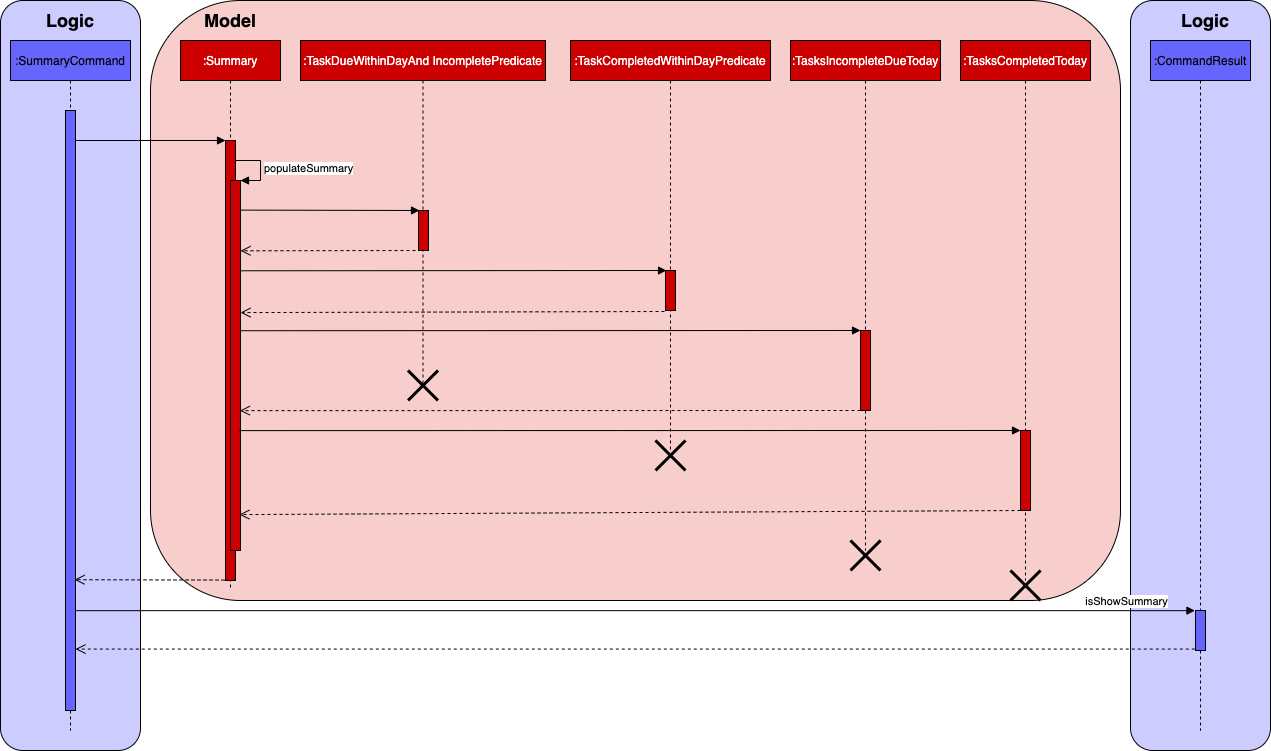
Before: docs/images/SummaryCommandSequenceDiagram.png, a diagram exported from draw.io (yapdianhao/main). Source tidied: cells renumbered, new cells last; positions are measured from the earlier drawing's top-left corner, leaving out a move shared by most shapes. The source it was exported from:
```xml
<mxGraphModel>
  <root>
    <mxCell id="0" />
    <mxCell id="1" parent="0" />
    <mxCell id="2" style="rounded=1;whiteSpace=wrap;html=1;fillColor=#CCCCFF;arcSize=16;" parent="1" vertex="1">
      <mxGeometry x="1130" width="140" height="750" as="geometry" />
    </mxCell>
    <mxCell id="3" style="rounded=1;whiteSpace=wrap;html=1;fillColor=#F8CECC;" parent="1" vertex="1">
      <mxGeometry x="150" width="970" height="600" as="geometry" />
    </mxCell>
    <mxCell id="4" style="rounded=1;whiteSpace=wrap;html=1;fillColor=#CCCCFF;arcSize=16;" parent="1" vertex="1">
      <mxGeometry width="140" height="750" as="geometry" />
    </mxCell>
    <mxCell id="5" value=":SummaryCommand" style="shape=umlLifeline;perimeter=lifelinePerimeter;whiteSpace=wrap;html=1;fillColor=#6666FF;" parent="1" vertex="1">
      <mxGeometry x="10" y="40" width="120" height="690" as="geometry" />
    </mxCell>
    <mxCell id="6" style="html=1;points=[];perimeter=orthogonalPerimeter;fillColor=#6666FF;" parent="5" vertex="1">
      <mxGeometry x="55" y="70" width="10" height="600" as="geometry" />
    </mxCell>
    <mxCell id="7" value="&lt;font color=&quot;#ffffff&quot;&gt;:Summary&lt;/font&gt;" style="shape=umlLifeline;perimeter=lifelinePerimeter;whiteSpace=wrap;html=1;fillColor=#CC0000;" parent="1" vertex="1">
      <mxGeometry x="180" y="40" width="100" height="550" as="geometry" />
    </mxCell>
    <mxCell id="8" style="html=1;points=[];perimeter=orthogonalPerimeter;fillColor=#CC0000;" parent="7" vertex="1">
      <mxGeometry x="45" y="100" width="10" height="440" as="geometry" />
    </mxCell>
    <mxCell id="9" style="html=1;points=[];perimeter=orthogonalPerimeter;fillColor=#CC0000;" parent="7" vertex="1">
      <mxGeometry x="50" y="140" width="10" height="370" as="geometry" />
    </mxCell>
    <mxCell id="10" value="populateSummary" style="edgeStyle=orthogonalEdgeStyle;html=1;align=left;spacingLeft=2;endArrow=block;rounded=0;entryX=1;entryY=0;" parent="7" edge="1" target="9">
      <mxGeometry relative="1" as="geometry">
        <mxPoint x="55" y="120" as="sourcePoint" />
        <Array as="points">
          <mxPoint x="80" y="120" />
        </Array>
      </mxGeometry>
    </mxCell>
    <mxCell id="11" value="&lt;font color=&quot;#ffffff&quot;&gt;:TaskDueWithinDayAnd IncompletePredicate&lt;/font&gt;" style="shape=umlLifeline;perimeter=lifelinePerimeter;whiteSpace=wrap;html=1;fillColor=#CC0000;" parent="1" vertex="1">
      <mxGeometry x="300" y="40" width="245" height="345" as="geometry" />
    </mxCell>
    <mxCell id="12" style="html=1;points=[];perimeter=orthogonalPerimeter;fillColor=#CC0000;" parent="11" vertex="1">
      <mxGeometry x="118" y="170" width="10" height="40" as="geometry" />
    </mxCell>
    <mxCell id="13" style="shape=umlDestroy;whiteSpace=wrap;html=1;strokeWidth=3;" parent="11" vertex="1">
      <mxGeometry x="107.5" y="330" width="30" height="30" as="geometry" />
    </mxCell>
    <mxCell id="14" value="&lt;font color=&quot;#ffffff&quot;&gt;:TaskCompletedWithinDayPredicate&lt;/font&gt;" style="shape=umlLifeline;perimeter=lifelinePerimeter;whiteSpace=wrap;html=1;fillColor=#CC0000;" parent="1" vertex="1">
      <mxGeometry x="570" y="40" width="200" height="410" as="geometry" />
    </mxCell>
    <mxCell id="15" style="html=1;points=[];perimeter=orthogonalPerimeter;fillColor=#CC0000;" parent="14" vertex="1">
      <mxGeometry x="95" y="230" width="10" height="40" as="geometry" />
    </mxCell>
    <mxCell id="16" value="&lt;font color=&quot;#ffffff&quot;&gt;:TasksIncompleteDueToday&lt;/font&gt;" style="shape=umlLifeline;perimeter=lifelinePerimeter;whiteSpace=wrap;html=1;fillColor=#CC0000;" parent="1" vertex="1">
      <mxGeometry x="790" y="40" width="150" height="510" as="geometry" />
    </mxCell>
    <mxCell id="17" style="html=1;perimeter=orthogonalPerimeter;fillColor=#CC0000;" parent="16" vertex="1">
      <mxGeometry x="70" y="290" width="10" height="80" as="geometry" />
    </mxCell>
    <mxCell id="18" style="shape=umlDestroy;whiteSpace=wrap;html=1;strokeWidth=3;" parent="16" vertex="1">
      <mxGeometry x="60" y="500" width="30" height="30" as="geometry" />
    </mxCell>
    <mxCell id="19" value="&lt;font color=&quot;#ffffff&quot;&gt;:TasksCompletedToday&lt;/font&gt;" style="shape=umlLifeline;perimeter=lifelinePerimeter;whiteSpace=wrap;html=1;fillColor=#CC0000;" parent="1" vertex="1">
      <mxGeometry x="960" y="40" width="130" height="540" as="geometry" />
    </mxCell>
    <mxCell id="20" style="html=1;perimeter=orthogonalPerimeter;fillColor=#CC0000;" parent="19" vertex="1">
      <mxGeometry x="60" y="390" width="10" height="80" as="geometry" />
    </mxCell>
    <mxCell id="21" style="shape=umlDestroy;whiteSpace=wrap;html=1;strokeWidth=3;" parent="19" vertex="1">
      <mxGeometry x="50" y="530" width="30" height="30" as="geometry" />
    </mxCell>
    <mxCell id="22" value=":CommandResult" style="shape=umlLifeline;perimeter=lifelinePerimeter;whiteSpace=wrap;html=1;fillColor=#6666FF;" parent="1" vertex="1">
      <mxGeometry x="1150" y="40" width="100" height="690" as="geometry" />
    </mxCell>
    <mxCell id="23" style="html=1;points=[];perimeter=orthogonalPerimeter;fillColor=#6666FF;" parent="22" vertex="1">
      <mxGeometry x="45" y="570" width="10" height="40" as="geometry" />
    </mxCell>
    <mxCell id="24" style="html=1;verticalAlign=bottom;endArrow=block;entryX=0;entryY=0;entryDx=0;entryDy=0;entryPerimeter=0;" parent="1" edge="1" source="6" target="8">
      <mxGeometry relative="1" as="geometry" />
    </mxCell>
    <mxCell id="25" style="html=1;verticalAlign=bottom;endArrow=block;entryX=0.1;entryY=0;entryDx=0;entryDy=0;entryPerimeter=0;exitX=0.943;exitY=0.08;exitDx=0;exitDy=0;exitPerimeter=0;" parent="1" edge="1" source="9" target="12">
      <mxGeometry relative="1" as="geometry" />
    </mxCell>
    <mxCell id="26" style="html=1;verticalAlign=bottom;endArrow=block;entryX=0.1;entryY=0;entryDx=0;entryDy=0;entryPerimeter=0;exitX=0.943;exitY=0.244;exitDx=0;exitDy=0;exitPerimeter=0;" parent="1" edge="1" source="9" target="15">
      <mxGeometry relative="1" as="geometry" />
    </mxCell>
    <mxCell id="27" style="html=1;verticalAlign=bottom;endArrow=open;dashed=1;endSize=8;exitX=-0.1;exitY=1.025;exitDx=0;exitDy=0;exitPerimeter=0;entryX=1;entryY=0.357;entryDx=0;entryDy=0;entryPerimeter=0;" parent="1" edge="1" source="15" target="9">
      <mxGeometry relative="1" as="geometry" />
    </mxCell>
    <mxCell id="28" style="html=1;verticalAlign=bottom;endArrow=block;exitX=1;exitY=0.406;exitDx=0;exitDy=0;exitPerimeter=0;" parent="1" edge="1" source="9">
      <mxGeometry relative="1" as="geometry">
        <mxPoint x="860" y="330" as="targetPoint" />
      </mxGeometry>
    </mxCell>
    <mxCell id="29" style="html=1;verticalAlign=bottom;endArrow=open;dashed=1;endSize=8;entryX=0.943;entryY=0.622;entryDx=0;entryDy=0;entryPerimeter=0;" parent="1" edge="1" target="9">
      <mxGeometry relative="1" as="geometry">
        <mxPoint x="860" y="410" as="sourcePoint" />
      </mxGeometry>
    </mxCell>
    <mxCell id="30" style="html=1;verticalAlign=bottom;endArrow=block;exitX=0.886;exitY=0.676;exitDx=0;exitDy=0;exitPerimeter=0;" parent="1" edge="1" source="9">
      <mxGeometry relative="1" as="geometry">
        <mxPoint x="1020" y="430" as="targetPoint" />
      </mxGeometry>
    </mxCell>
    <mxCell id="31" style="html=1;verticalAlign=bottom;endArrow=open;dashed=1;endSize=8;entryX=0.886;entryY=0.903;entryDx=0;entryDy=0;entryPerimeter=0;" parent="1" edge="1" target="9">
      <mxGeometry relative="1" as="geometry">
        <mxPoint x="1020" y="510" as="sourcePoint" />
      </mxGeometry>
    </mxCell>
    <mxCell id="32" style="html=1;verticalAlign=bottom;endArrow=open;dashed=1;endSize=8;exitX=-0.3;exitY=1;exitDx=0;exitDy=0;exitPerimeter=0;entryX=1;entryY=0.19;entryDx=0;entryDy=0;entryPerimeter=0;" parent="1" edge="1" source="12" target="9">
      <mxGeometry relative="1" as="geometry" />
    </mxCell>
    <mxCell id="33" style="html=1;verticalAlign=bottom;endArrow=open;dashed=1;endSize=8;exitX=-0.1;exitY=0.999;exitDx=0;exitDy=0;exitPerimeter=0;entryX=0.9;entryY=0.782;entryDx=0;entryDy=0;entryPerimeter=0;" parent="1" edge="1" source="8" target="6">
      <mxGeometry relative="1" as="geometry" />
    </mxCell>
    <mxCell id="34" value="isShowSummary" style="html=1;verticalAlign=bottom;endArrow=block;entryX=-0.054;entryY=0.004;entryDx=0;entryDy=0;entryPerimeter=0;" parent="1" edge="1" source="6" target="23">
      <mxGeometry x="0.88" relative="1" as="geometry" />
    </mxCell>
    <mxCell id="35" style="html=1;verticalAlign=bottom;endArrow=open;dashed=1;endSize=8;exitX=-0.071;exitY=0.964;exitDx=0;exitDy=0;exitPerimeter=0;" parent="1" edge="1" source="23" target="6">
      <mxGeometry relative="1" as="geometry" />
    </mxCell>
    <mxCell id="36" value="&lt;b&gt;&lt;font style=&quot;font-size: 18px&quot;&gt;Model&lt;/font&gt;&lt;/b&gt;" style="text;html=1;strokeColor=none;fillColor=none;align=center;verticalAlign=middle;whiteSpace=wrap;rounded=0;" parent="1" vertex="1">
      <mxGeometry x="210" y="10" width="40" height="20" as="geometry" />
    </mxCell>
    <mxCell id="37" value="&lt;b&gt;&lt;font style=&quot;font-size: 18px&quot;&gt;Logic&lt;/font&gt;&lt;/b&gt;" style="text;html=1;strokeColor=none;fillColor=none;align=center;verticalAlign=middle;whiteSpace=wrap;rounded=0;" parent="1" vertex="1">
      <mxGeometry x="50" y="10" width="40" height="20" as="geometry" />
    </mxCell>
    <mxCell id="38" value="&lt;b&gt;&lt;font style=&quot;font-size: 18px&quot;&gt;Logic&lt;/font&gt;&lt;/b&gt;" style="text;html=1;strokeColor=none;fillColor=none;align=center;verticalAlign=middle;whiteSpace=wrap;rounded=0;" parent="1" vertex="1">
      <mxGeometry x="1185" y="10" width="40" height="20" as="geometry" />
    </mxCell>
    <mxCell id="39" style="shape=umlDestroy;whiteSpace=wrap;html=1;strokeWidth=3;" parent="1" vertex="1">
      <mxGeometry x="655" y="440" width="30" height="30" as="geometry" />
    </mxCell>
  </root>
</mxGraphModel>
```
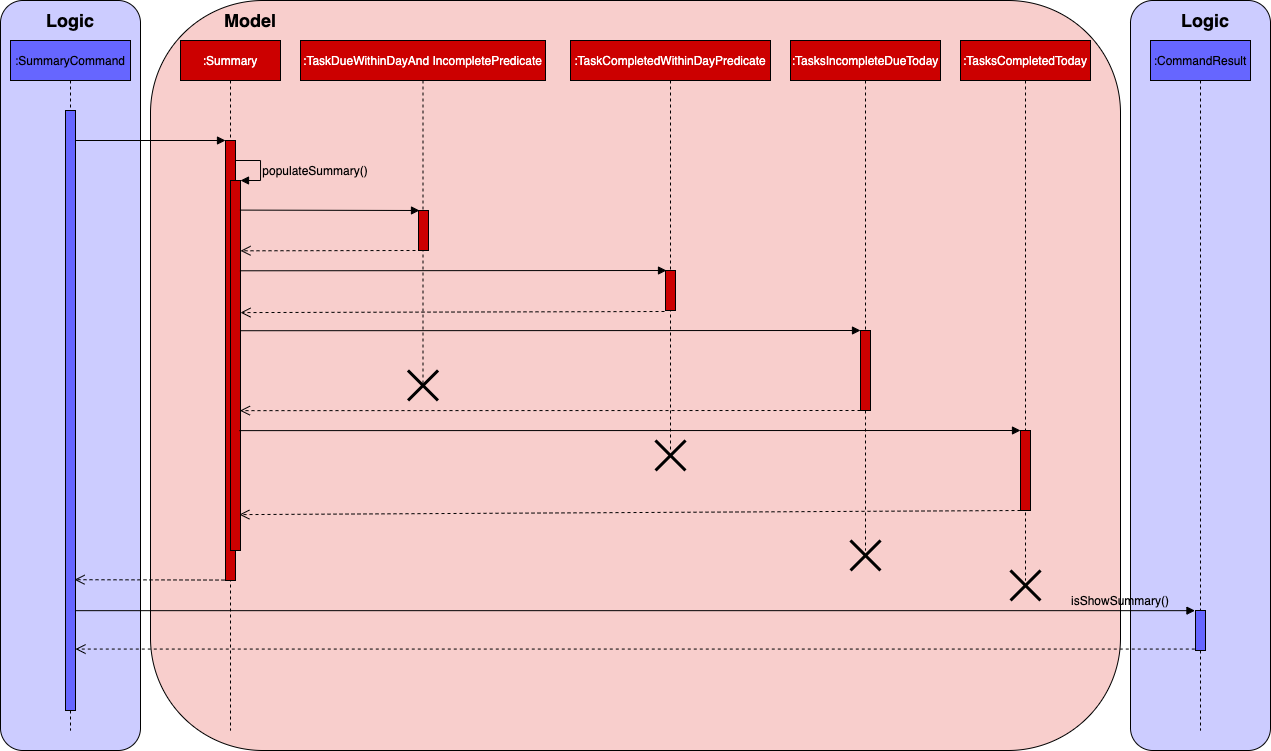
Above is the later version.

Diff of the diagram source:
```diff
@@ -6,7 +6,7 @@
       <mxGeometry x="1130" width="140" height="750" as="geometry" />
     </mxCell>
     <mxCell id="3" style="rounded=1;whiteSpace=wrap;html=1;fillColor=#F8CECC;" parent="1" vertex="1">
-      <mxGeometry x="150" width="970" height="600" as="geometry" />
+      <mxGeometry x="150" width="970" height="750" as="geometry" />
     </mxCell>
     <mxCell id="4" style="rounded=1;whiteSpace=wrap;html=1;fillColor=#CCCCFF;arcSize=16;" parent="1" vertex="1">
       <mxGeometry width="140" height="750" as="geometry" />
@@ -18,7 +18,7 @@
       <mxGeometry x="55" y="70" width="10" height="600" as="geometry" />
     </mxCell>
     <mxCell id="7" value="&lt;font color=&quot;#ffffff&quot;&gt;:Summary&lt;/font&gt;" style="shape=umlLifeline;perimeter=lifelinePerimeter;whiteSpace=wrap;html=1;fillColor=#CC0000;" parent="1" vertex="1">
-      <mxGeometry x="180" y="40" width="100" height="550" as="geometry" />
+      <mxGeometry x="180" y="40" width="100" height="690" as="geometry" />
     </mxCell>
     <mxCell id="8" style="html=1;points=[];perimeter=orthogonalPerimeter;fillColor=#CC0000;" parent="7" vertex="1">
       <mxGeometry x="45" y="100" width="10" height="440" as="geometry" />
@@ -26,7 +26,7 @@
     <mxCell id="9" style="html=1;points=[];perimeter=orthogonalPerimeter;fillColor=#CC0000;" parent="7" vertex="1">
       <mxGeometry x="50" y="140" width="10" height="370" as="geometry" />
     </mxCell>
-    <mxCell id="10" value="populateSummary" style="edgeStyle=orthogonalEdgeStyle;html=1;align=left;spacingLeft=2;endArrow=block;rounded=0;entryX=1;entryY=0;" parent="7" edge="1" target="9">
+    <mxCell id="10" style="edgeStyle=orthogonalEdgeStyle;html=1;align=left;spacingLeft=2;endArrow=block;rounded=0;entryX=1;entryY=0;" parent="7" edge="1" target="9">
       <mxGeometry relative="1" as="geometry">
         <mxPoint x="55" y="120" as="sourcePoint" />
         <Array as="points">
@@ -111,14 +111,14 @@
     <mxCell id="33" style="html=1;verticalAlign=bottom;endArrow=open;dashed=1;endSize=8;exitX=-0.1;exitY=0.999;exitDx=0;exitDy=0;exitPerimeter=0;entryX=0.9;entryY=0.782;entryDx=0;entryDy=0;entryPerimeter=0;" parent="1" edge="1" source="8" target="6">
       <mxGeometry relative="1" as="geometry" />
     </mxCell>
-    <mxCell id="34" value="isShowSummary" style="html=1;verticalAlign=bottom;endArrow=block;entryX=-0.054;entryY=0.004;entryDx=0;entryDy=0;entryPerimeter=0;" parent="1" edge="1" source="6" target="23">
+    <mxCell id="34" style="html=1;verticalAlign=bottom;endArrow=block;entryX=-0.054;entryY=0.004;entryDx=0;entryDy=0;entryPerimeter=0;" parent="1" edge="1" source="6" target="23">
       <mxGeometry x="0.88" relative="1" as="geometry" />
     </mxCell>
     <mxCell id="35" style="html=1;verticalAlign=bottom;endArrow=open;dashed=1;endSize=8;exitX=-0.071;exitY=0.964;exitDx=0;exitDy=0;exitPerimeter=0;" parent="1" edge="1" source="23" target="6">
       <mxGeometry relative="1" as="geometry" />
     </mxCell>
     <mxCell id="36" value="&lt;b&gt;&lt;font style=&quot;font-size: 18px&quot;&gt;Model&lt;/font&gt;&lt;/b&gt;" style="text;html=1;strokeColor=none;fillColor=none;align=center;verticalAlign=middle;whiteSpace=wrap;rounded=0;" parent="1" vertex="1">
-      <mxGeometry x="210" y="10" width="40" height="20" as="geometry" />
+      <mxGeometry x="230" y="10" width="40" height="20" as="geometry" />
     </mxCell>
     <mxCell id="37" value="&lt;b&gt;&lt;font style=&quot;font-size: 18px&quot;&gt;Logic&lt;/font&gt;&lt;/b&gt;" style="text;html=1;strokeColor=none;fillColor=none;align=center;verticalAlign=middle;whiteSpace=wrap;rounded=0;" parent="1" vertex="1">
       <mxGeometry x="50" y="10" width="40" height="20" as="geometry" />
@@ -129,5 +129,11 @@
     <mxCell id="39" style="shape=umlDestroy;whiteSpace=wrap;html=1;strokeWidth=3;" parent="1" vertex="1">
       <mxGeometry x="655" y="440" width="30" height="30" as="geometry" />
     </mxCell>
+    <mxCell id="40" value="populateSummary()" style="text;html=1;strokeColor=none;fillColor=none;align=center;verticalAlign=middle;whiteSpace=wrap;rounded=0;" parent="1" vertex="1">
+      <mxGeometry x="295" y="160" width="40" height="20" as="geometry" />
+    </mxCell>
+    <mxCell id="41" value="isShowSummary()" style="text;html=1;strokeColor=none;fillColor=none;align=center;verticalAlign=middle;whiteSpace=wrap;rounded=0;" parent="1" vertex="1">
+      <mxGeometry x="1100" y="590" width="40" height="20" as="geometry" />
+    </mxCell>
   </root>
 </mxGraphModel>
```
